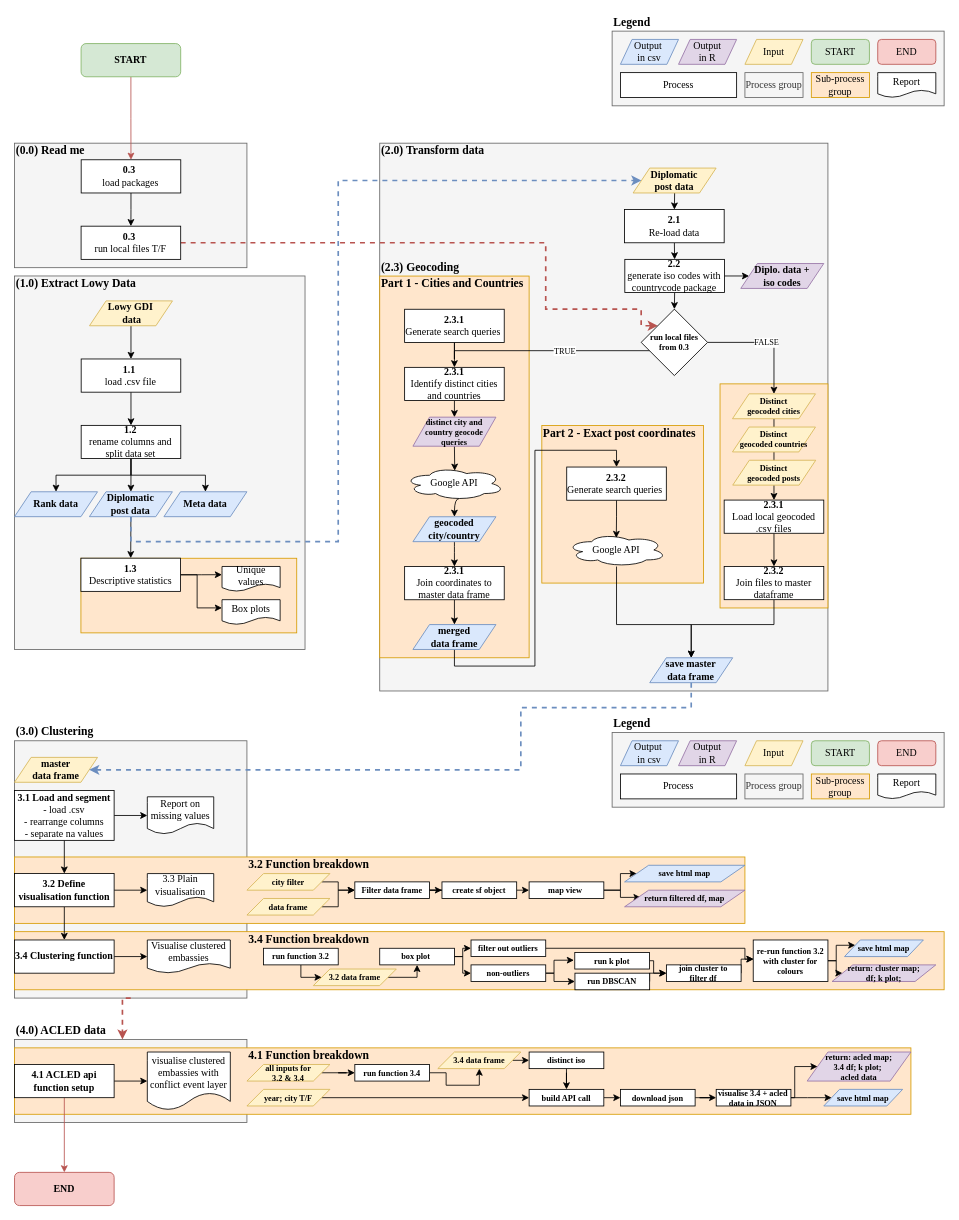
Earlier version of the draw.io diagram CASA_GIS_diplomacy_detailed.drawio (antoniosfiala/Diplomacy_locations). Source tidied: cells renumbered, new cells numbered last; positions are measured from the earlier drawing's top-left corner, leaving out a move shared by most shapes. Both pictures are drawn from the tidied source at 83%, with x=0, y=0 at pixel (14, 14).
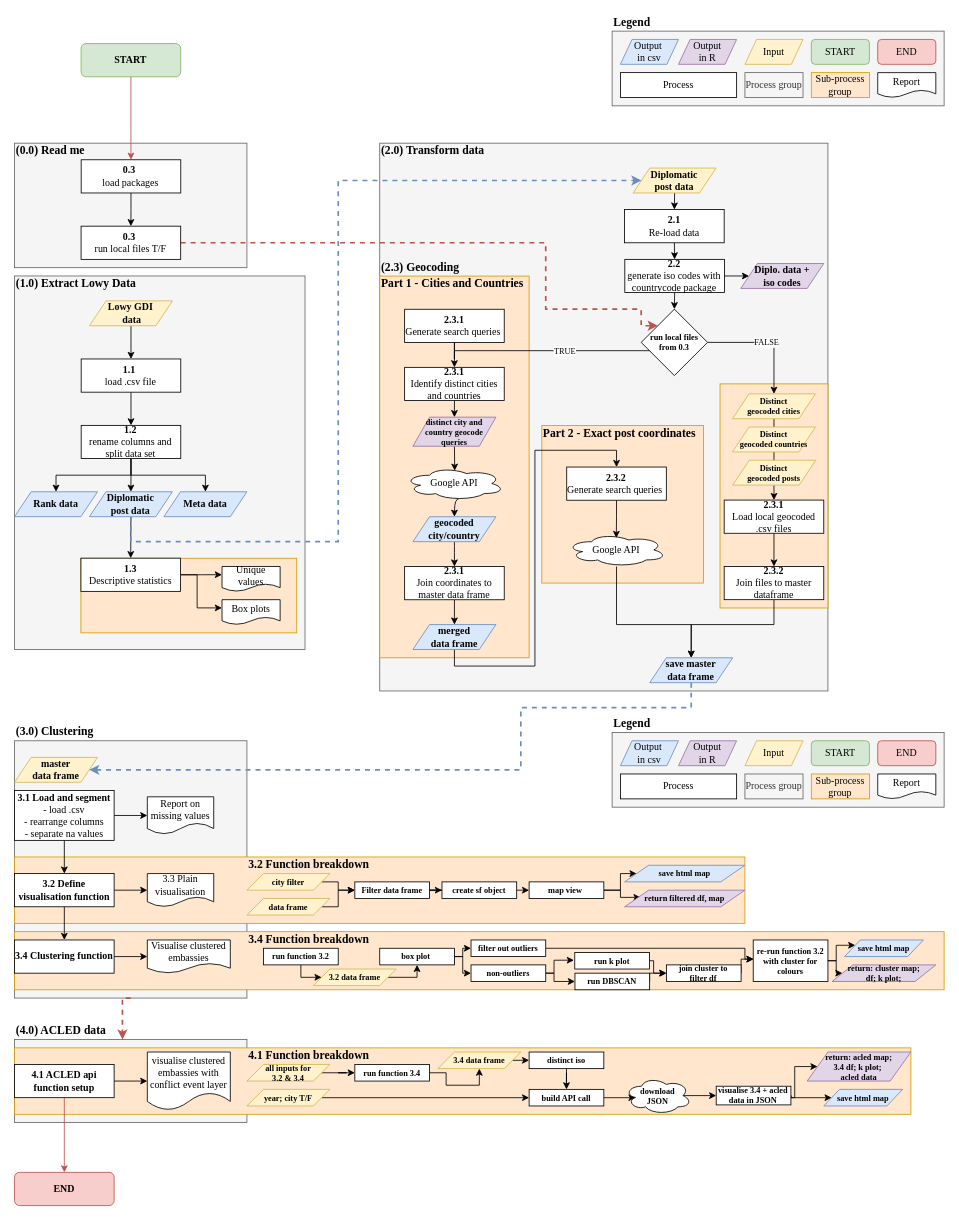
After the change.

Unchanged cells that the change refers to:
```xml
<mxCell id="161" value="&lt;b&gt;build API call&lt;/b&gt;" style="rounded=0;whiteSpace=wrap;html=1;fontFamily=Times New Roman;fontSize=10;" parent="1" vertex="1">
  <mxGeometry x="620" y="1295" width="90" height="20" as="geometry" />
</mxCell>
<mxCell id="170" value="&lt;b style=&quot;font-size: 10px&quot;&gt;save html map&lt;br style=&quot;font-size: 10px&quot;&gt;&lt;/b&gt;" style="shape=parallelogram;perimeter=parallelogramPerimeter;whiteSpace=wrap;html=1;fontFamily=Times New Roman;fontSize=10;fillColor=#dae8fc;strokeColor=#6c8ebf;" parent="1" vertex="1">
  <mxGeometry x="975" y="1295" width="95" height="20" as="geometry" />
</mxCell>
```

Diff of the diagram source:
```diff
@@
-    <mxCell id="160" style="edgeStyle=orthogonalEdgeStyle;rounded=0;jettySize=auto;html=1;exitX=1;exitY=0.5;exitDx=0;exitDy=0;entryX=0;entryY=0.5;entryDx=0;entryDy=0;strokeWidth=1;fontFamily=Times New Roman;fontSize=10;" parent="1" edge="1" source="161" target="165">
+    <mxCell id="160" style="edgeStyle=orthogonalEdgeStyle;rounded=0;jettySize=auto;html=1;exitX=1;exitY=0.5;exitDx=0;exitDy=0;entryX=0.16;entryY=0.55;entryDx=0;entryDy=0;strokeWidth=1;fontFamily=Times New Roman;fontSize=10;entryPerimeter=0;" parent="1" edge="1" source="161" target="183">
       <mxGeometry relative="1" as="geometry" />
     </mxCell>
@@
-    <mxCell id="164" style="edgeStyle=orthogonalEdgeStyle;rounded=0;jettySize=auto;html=1;exitX=1;exitY=0.5;exitDx=0;exitDy=0;strokeWidth=1;fontFamily=Times New Roman;fontSize=10;" parent="1" edge="1" source="165" target="168">
+    <mxCell id="164" style="edgeStyle=orthogonalEdgeStyle;rounded=0;jettySize=auto;html=1;exitX=0.875;exitY=0.5;exitDx=0;exitDy=0;strokeWidth=1;fontFamily=Times New Roman;fontSize=10;exitPerimeter=0;" parent="1" edge="1" source="183" target="168">
       <mxGeometry relative="1" as="geometry" />
     </mxCell>
-    <mxCell id="165" value="&lt;b&gt;download json&lt;/b&gt;" style="rounded=0;whiteSpace=wrap;html=1;fontFamily=Times New Roman;fontSize=10;" parent="1" vertex="1">
-      <mxGeometry x="730" y="1295" width="90" height="20" as="geometry" />
-    </mxCell>
     <mxCell id="166" style="edgeStyle=orthogonalEdgeStyle;rounded=0;jettySize=auto;html=1;exitX=1;exitY=0.5;exitDx=0;exitDy=0;entryX=0;entryY=0.5;entryDx=0;entryDy=0;strokeWidth=1;fontFamily=Times New Roman;fontSize=10;" parent="1" edge="1" source="168" target="170">
-      <mxGeometry relative="1" as="geometry" />
+      <mxGeometry relative="1" as="geometry">
+        <Array as="points">
+          <mxPoint x="935" y="1305" />
+        </Array>
+      </mxGeometry>
     </mxCell>
@@
-    <mxCell id="168" value="&lt;b&gt;visualise 3.4 +&amp;nbsp;acled data in JSON&lt;/b&gt;" style="rounded=0;whiteSpace=wrap;html=1;fontFamily=Times New Roman;fontSize=10;" parent="1" vertex="1">
-      <mxGeometry x="845.4" y="1295" width="90" height="20" as="geometry" />
+    <mxCell id="168" value="&lt;span&gt;visualise 3.4 +&amp;nbsp;acled data in JSON&lt;/span&gt;" style="rounded=0;whiteSpace=wrap;html=1;fontFamily=Times New Roman;fontSize=10;fontStyle=1;" parent="1" vertex="1">
+      <mxGeometry x="845.4" y="1291.2" width="90" height="22.5" as="geometry" />
     </mxCell>
@@
+    <mxCell id="183" value="download &lt;br&gt;JSON" style="ellipse;shape=cloud;whiteSpace=wrap;html=1;fontFamily=Times New Roman;fontSize=10;fontStyle=1;" parent="1" vertex="1">
+      <mxGeometry x="735.4" y="1280" width="80" height="45" as="geometry" />
+    </mxCell>
```
